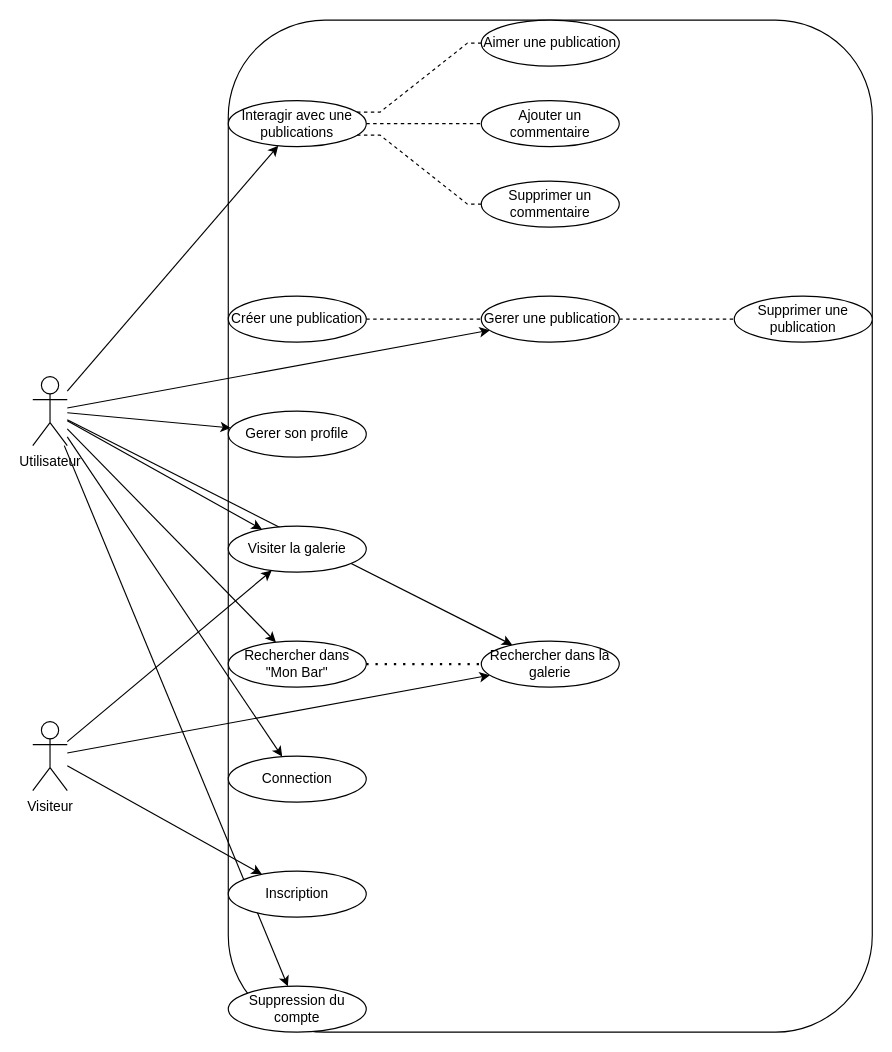
The draw.io diagram documentation/diagrame_cas_utilisation.drawio in Cocktail-Wizard/Cocktail_Wizard, before the edit. Source tidied: cells renumbered, new cells numbered last; positions are measured from the earlier drawing's top-left corner, leaving out a move shared by most shapes. Both pictures are drawn from the tidied source at 115%, with x=0, y=0 at pixel (32, 20).
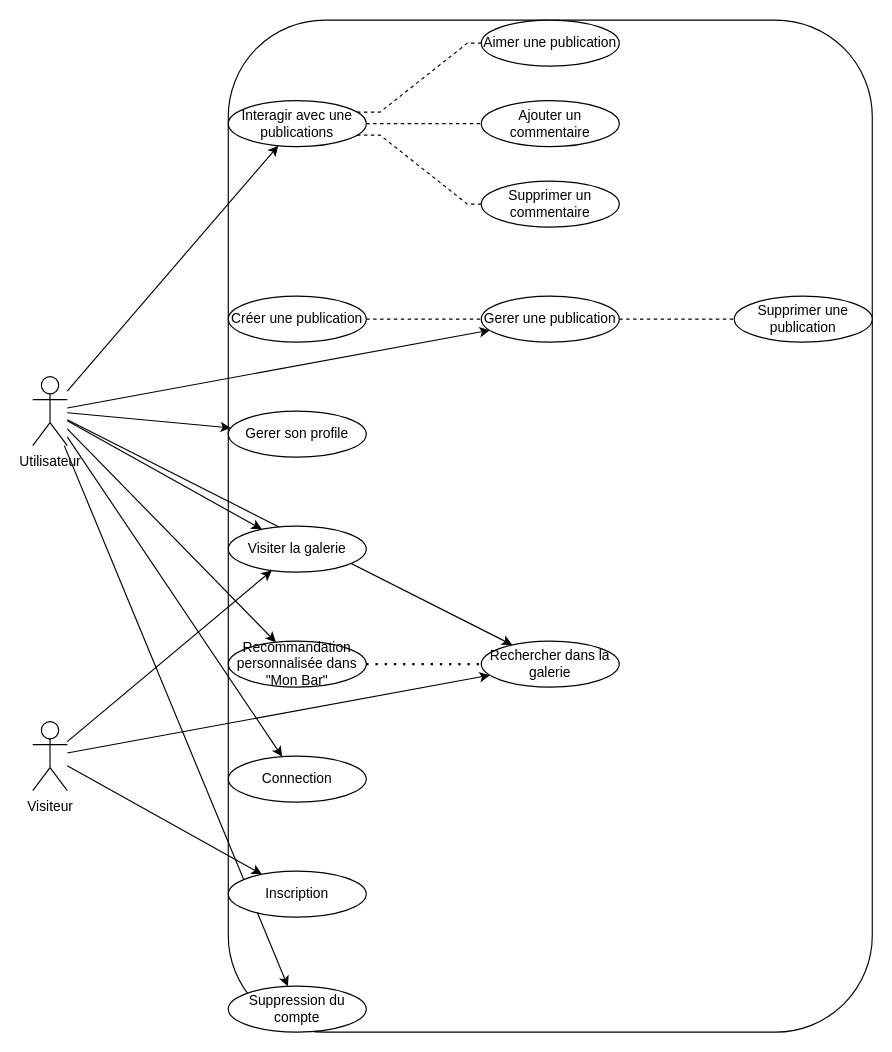
The same page after the edit.

Unchanged cells that the change refers to:
```xml
<mxCell id="15" style="group;fillColor=none;rounded=1;strokeColor=default;" parent="1" vertex="1">
  <mxGeometry x="170" width="560" height="880" as="geometry" />
</mxCell>
```

The edit, as a diff of the source:
```diff
@@
-    <mxCell id="26" value="Rechercher dans &quot;Mon Bar&quot;" style="ellipse;whiteSpace=wrap;html=1;" parent="15" vertex="1">
+    <mxCell id="26" value="R&lt;span style=&quot;background-color: initial;&quot;&gt;ecommandation personnalisée dans &quot;Mon Bar&quot;&lt;/span&gt;" style="ellipse;whiteSpace=wrap;html=1;" parent="15" vertex="1">
       <mxGeometry y="540" width="120" height="40" as="geometry" />
     </mxCell>
```
